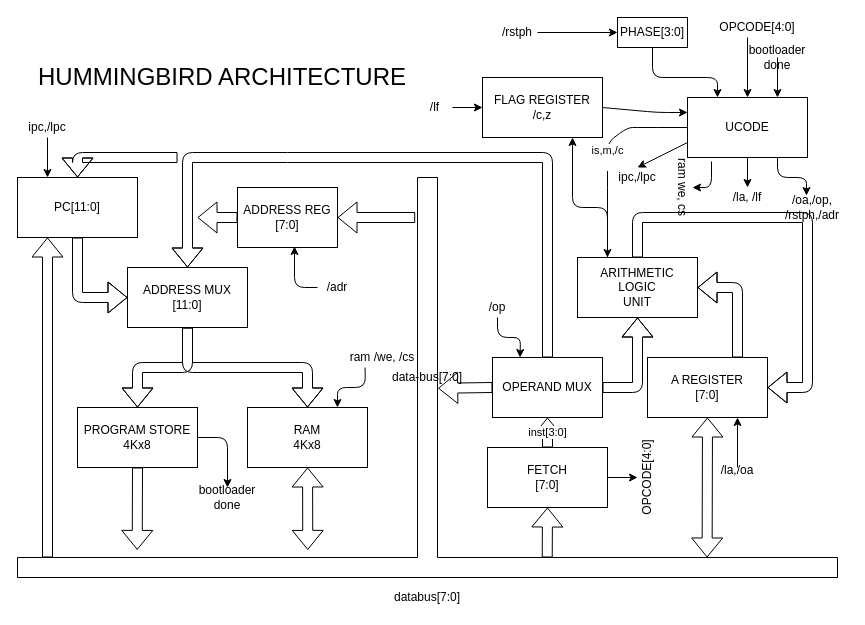
The draw.io diagram doc/Hummingbird.drawio in slcz/hummingbird, before the edit. Source tidied: cells renumbered, new cells numbered last; positions are measured from the earlier drawing's top-left corner, leaving out a move shared by most shapes. Both pictures are drawn from the tidied source at 100%, with x=0, y=0 at pixel (17, 17).
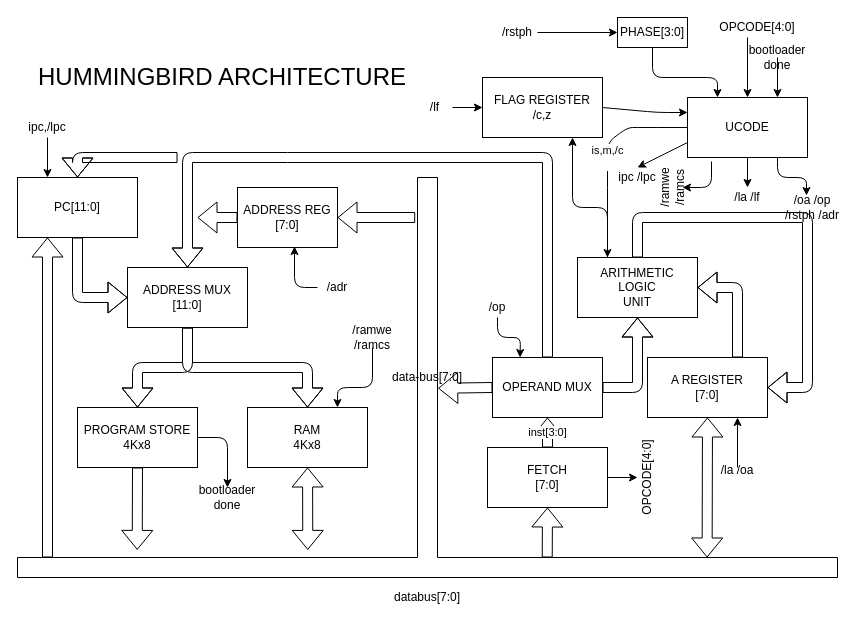
The same diagram, later.

Commit message (it also covers changes not shown here):
arch drawings

Unchanged cells that the change refers to:
```xml
<mxCell id="14" value="&lt;div&gt;RAM&lt;/div&gt;&lt;div&gt;4Kx8&lt;br&gt;&lt;/div&gt;" style="rounded=0;whiteSpace=wrap;html=1;" parent="1" vertex="1">
  <mxGeometry x="230" y="390" width="120" height="60" as="geometry" />
</mxCell>
<mxCell id="28" value="UCODE" style="rounded=0;whiteSpace=wrap;html=1;" parent="1" vertex="1">
  <mxGeometry x="670" y="80" width="120" height="60" as="geometry" />
</mxCell>
```

Change to the diagram source:
```diff
@@
-    <mxCell id="43" style="endArrow=classic;html=1;exitX=0.2;exitY=1.067;exitDx=0;exitDy=0;exitPerimeter=0;entryX=0.5;entryY=0;entryDx=0;entryDy=0;" parent="1" edge="1" source="28" target="44">
+    <mxCell id="43" style="endArrow=classic;html=1;exitX=0.2;exitY=1.067;exitDx=0;exitDy=0;exitPerimeter=0;entryX=0.5;entryY=1;entryDx=0;entryDy=0;" parent="1" edge="1" source="28" target="44">
       <mxGeometry relative="1" as="geometry">
         <Array as="points">
           <mxPoint x="694" y="170" />
         </Array>
       </mxGeometry>
     </mxCell>
-    <mxCell id="44" value="ram we, cs" style="text;html=1;strokeColor=none;fillColor=none;align=center;verticalAlign=middle;whiteSpace=wrap;rounded=0;rotation=90;" parent="1" vertex="1">
-      <mxGeometry x="630" y="160" width="70" height="20" as="geometry" />
+    <mxCell id="44" value="&lt;div&gt;/ramwe&lt;/div&gt;&lt;div&gt; /ramcs&lt;/div&gt;" style="text;html=1;strokeColor=none;fillColor=none;align=center;verticalAlign=middle;whiteSpace=wrap;rounded=0;rotation=270;" parent="1" vertex="1">
+      <mxGeometry x="620" y="160" width="70" height="20" as="geometry" />
     </mxCell>
-    <mxCell id="45" value="ram /we, /cs" style="text;html=1;strokeColor=none;fillColor=none;align=center;verticalAlign=middle;whiteSpace=wrap;rounded=0;" parent="1" vertex="1">
-      <mxGeometry x="330" y="330" width="70" height="20" as="geometry" />
-    </mxCell>
-    <mxCell id="46" style="endArrow=classic;html=1;exitX=0.25;exitY=1;exitDx=0;exitDy=0;entryX=0.75;entryY=0;entryDx=0;entryDy=0;" parent="1" edge="1" source="45" target="14">
+    <mxCell id="46" style="endArrow=classic;html=1;exitX=0.5;exitY=1;exitDx=0;exitDy=0;entryX=0.75;entryY=0;entryDx=0;entryDy=0;" parent="1" edge="1" source="68" target="14">
       <mxGeometry relative="1" as="geometry">
         <Array as="points">
-          <mxPoint x="348" y="370" />
+          <mxPoint x="355" y="370" />
           <mxPoint x="320" y="370" />
         </Array>
       </mxGeometry>
     </mxCell>
@@
-    <mxCell id="48" value="/la, /lf" style="text;html=1;strokeColor=none;fillColor=none;align=center;verticalAlign=middle;whiteSpace=wrap;rounded=0;" parent="1" vertex="1">
+    <mxCell id="48" value="/la /lf" style="text;html=1;strokeColor=none;fillColor=none;align=center;verticalAlign=middle;whiteSpace=wrap;rounded=0;" parent="1" vertex="1">
       <mxGeometry x="710" y="170" width="40" height="20" as="geometry" />
     </mxCell>
-    <mxCell id="49" value="&lt;div&gt;/la,/oa&lt;/div&gt;&lt;div&gt;&lt;br&gt;&lt;/div&gt;" style="text;html=1;strokeColor=none;fillColor=none;align=center;verticalAlign=middle;whiteSpace=wrap;rounded=0;" parent="1" vertex="1">
+    <mxCell id="49" value="&lt;div&gt;/la /oa&lt;/div&gt;&lt;div&gt;&lt;br&gt;&lt;/div&gt;" style="text;html=1;strokeColor=none;fillColor=none;align=center;verticalAlign=middle;whiteSpace=wrap;rounded=0;" parent="1" vertex="1">
       <mxGeometry x="700" y="450" width="40" height="20" as="geometry" />
     </mxCell>
@@
-    <mxCell id="53" value="ipc,/lpc" style="text;html=1;strokeColor=none;fillColor=none;align=center;verticalAlign=middle;whiteSpace=wrap;rounded=0;" parent="1" vertex="1">
+    <mxCell id="53" value="ipc /lpc" style="text;html=1;strokeColor=none;fillColor=none;align=center;verticalAlign=middle;whiteSpace=wrap;rounded=0;" parent="1" vertex="1">
       <mxGeometry x="600" y="150" width="40" height="20" as="geometry" />
     </mxCell>
@@
-    <mxCell id="57" value="/oa,/op, /rstph,/adr" style="text;html=1;strokeColor=none;fillColor=none;align=center;verticalAlign=middle;whiteSpace=wrap;rounded=0;" parent="1" vertex="1">
+    <mxCell id="57" value="/oa /op /rstph /adr" style="text;html=1;strokeColor=none;fillColor=none;align=center;verticalAlign=middle;whiteSpace=wrap;rounded=0;" parent="1" vertex="1">
       <mxGeometry x="760" y="180" width="70" height="20" as="geometry" />
     </mxCell>
@@
+    <mxCell id="68" value="&lt;div&gt;/ramwe&lt;/div&gt;&lt;div&gt; /ramcs&lt;/div&gt;" style="text;html=1;strokeColor=none;fillColor=none;align=center;verticalAlign=middle;whiteSpace=wrap;rounded=0;rotation=0;" parent="1" vertex="1">
+      <mxGeometry x="320" y="310" width="70" height="20" as="geometry" />
+    </mxCell>
```
